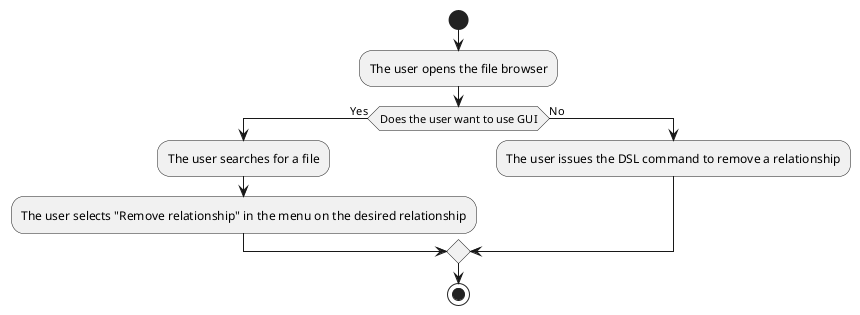
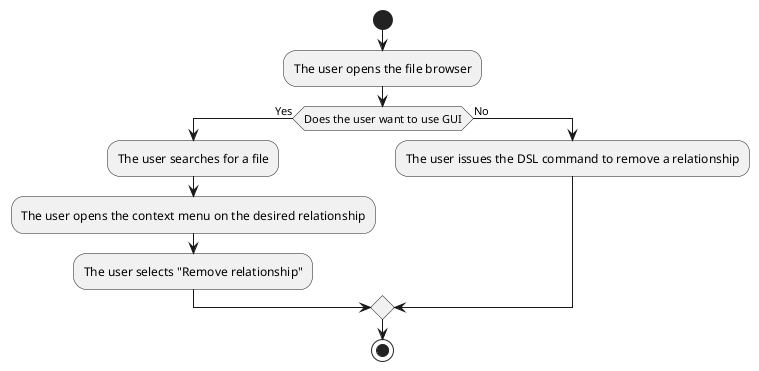
@startuml
start
:The user opens the file browser;
if (Does the user want to use GUI) then (Yes)
:The user searches for a file;
- :The user selects "Remove relationship" in the menu on the desired relationship;
+ :The user opens the context menu on the desired relationship;
+ :The user selects "Remove relationship";
else (No)
:The user issues the DSL command to remove a relationship;
endif
stop
- @enduml+ @enduml
